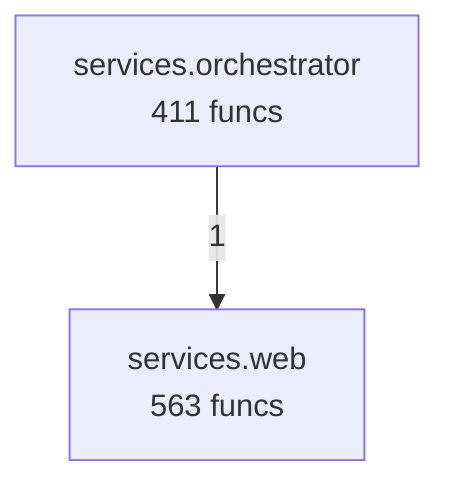
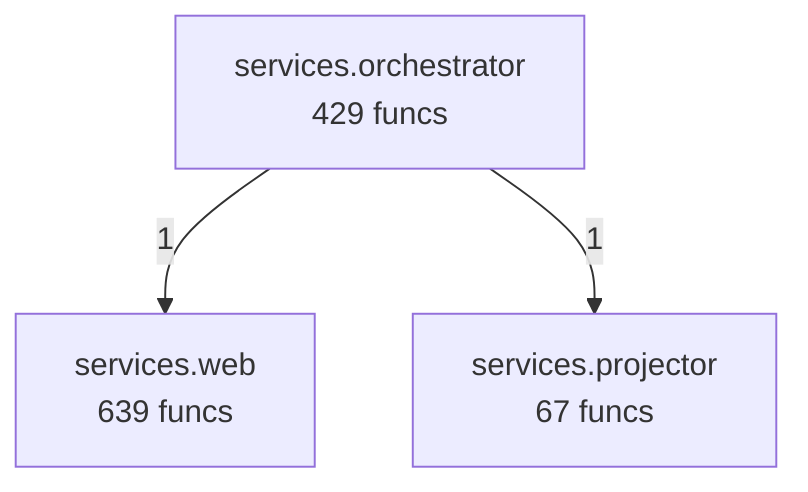
flowchart TD
- %% generated in 0.02s
-     services__orchestrator["services.orchestrator<br/>411 funcs"]
-     services__web["services.web<br/>563 funcs"]
+ %% generated in 0.03s
+     services__orchestrator["services.orchestrator<br/>429 funcs"]
+     services__projector["services.projector<br/>67 funcs"]
+     services__web["services.web<br/>639 funcs"]
    services__orchestrator -->|1| services__web
+     services__orchestrator -->|1| services__projector
